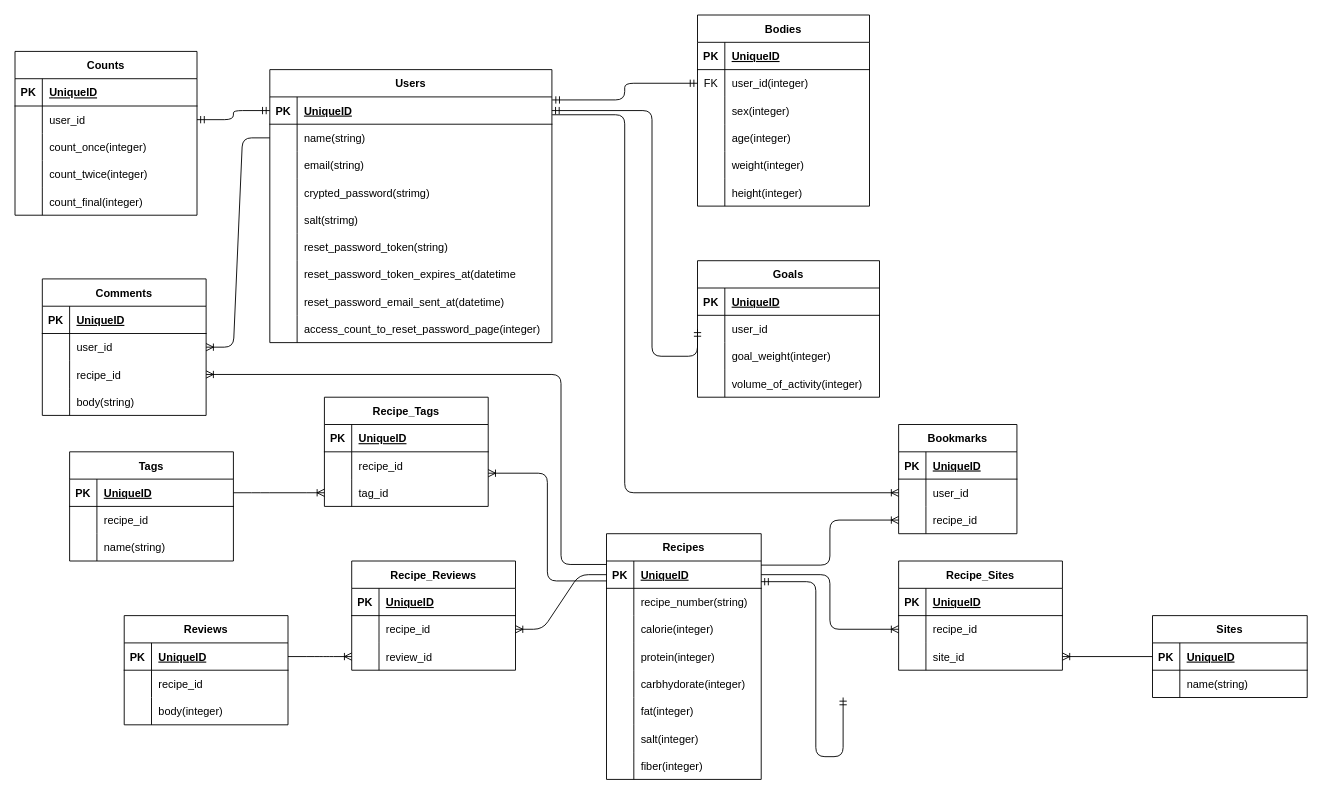
This is slatrition.drawio from shinotaku1997/slatrition, a draw.io file, before an edit. Source tidied: cells renumbered, new cells numbered last; positions are measured from the earlier drawing's top-left corner, leaving out a move shared by most shapes. Both pictures are drawn from the tidied source at 91%, with x=0, y=0 at pixel (15, 15).
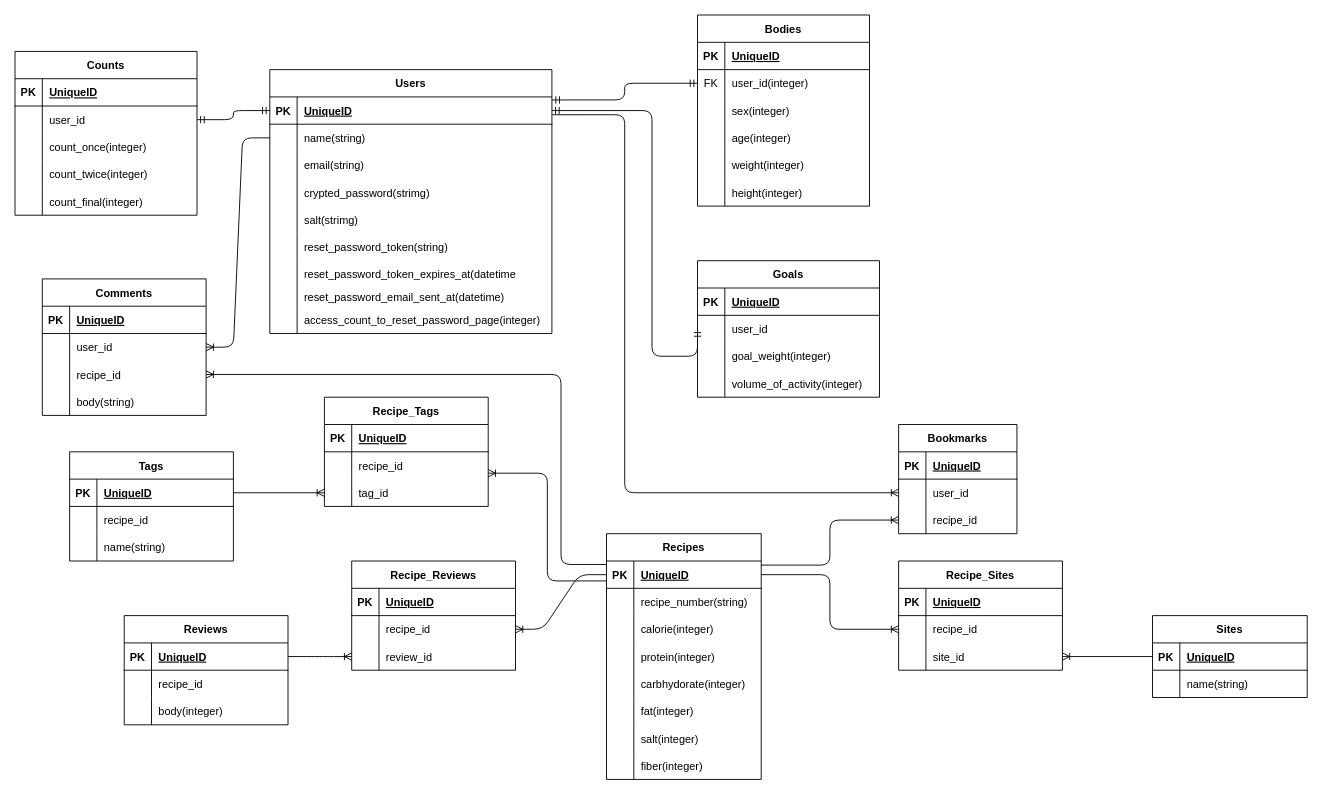
After the change.

Unchanged cells that the change refers to:
```xml
<mxCell id="73" style="shape=tableRow;horizontal=0;startSize=0;swimlaneHead=0;swimlaneBody=0;fillColor=none;points=[[0,0.5],[1,0.5]];portConstraint=eastwest;top=0;left=0;right=0;bottom=1;" parent="72" vertex="1">
  <mxGeometry y="30" width="170" height="30" as="geometry" />
</mxCell>
```

What changed in the source:
```diff
@@
     <mxCell id="2" value="Users" style="shape=table;startSize=30;childLayout=tableLayout;rowLines=0;fontStyle=1;align=center;" parent="1" vertex="1">
-      <mxGeometry x="280" y="60" width="310" height="300" as="geometry" />
+      <mxGeometry x="280" y="60" width="310" height="290" as="geometry" />
     </mxCell>
@@
     <mxCell id="24" style="shape=tableRow;horizontal=0;startSize=0;swimlaneHead=0;swimlaneBody=0;fillColor=none;top=0;left=0;right=0;bottom=0;" parent="2" vertex="1">
-      <mxGeometry y="240" width="310" height="30" as="geometry" />
+      <mxGeometry y="240" width="310" height="20" as="geometry" />
     </mxCell>
     <mxCell id="25" style="shape=partialRectangle;fillColor=none;top=0;left=0;bottom=0;right=0;overflow=hidden;" parent="24" vertex="1">
-      <mxGeometry width="30" height="30" as="geometry" />
+      <mxGeometry width="30" height="20" as="geometry" />
     </mxCell>
     <mxCell id="26" value="reset_password_email_sent_at(datetime)" style="shape=partialRectangle;fillColor=none;top=0;left=0;bottom=0;right=0;align=left;spacingLeft=6;overflow=hidden;" parent="24" vertex="1">
-      <mxGeometry x="30" width="280" height="30" as="geometry" />
+      <mxGeometry x="30" width="280" height="20" as="geometry" />
     </mxCell>
     <mxCell id="27" style="shape=tableRow;horizontal=0;startSize=0;swimlaneHead=0;swimlaneBody=0;fillColor=none;top=0;left=0;right=0;bottom=0;" parent="2" vertex="1">
-      <mxGeometry y="270" width="310" height="30" as="geometry" />
+      <mxGeometry y="260" width="310" height="30" as="geometry" />
     </mxCell>
@@
-    <mxCell id="123" style="edgeStyle=orthogonalEdgeStyle;fontSize=12;html=1;endArrow=ERmandOne;startArrow=ERmandOne;entryX=0;entryY=0.5;entryDx=0;entryDy=0;exitX=0.999;exitY=0.757;exitDx=0;exitDy=0;exitPerimeter=0;" parent="1" edge="1" source="73">
-      <mxGeometry relative="1" as="geometry">
-        <mxPoint x="910" y="750" as="targetPoint" />
-        <Array as="points">
-          <mxPoint x="880" y="623" />
-          <mxPoint x="880" y="815" />
-        </Array>
-      </mxGeometry>
-    </mxCell>
```
